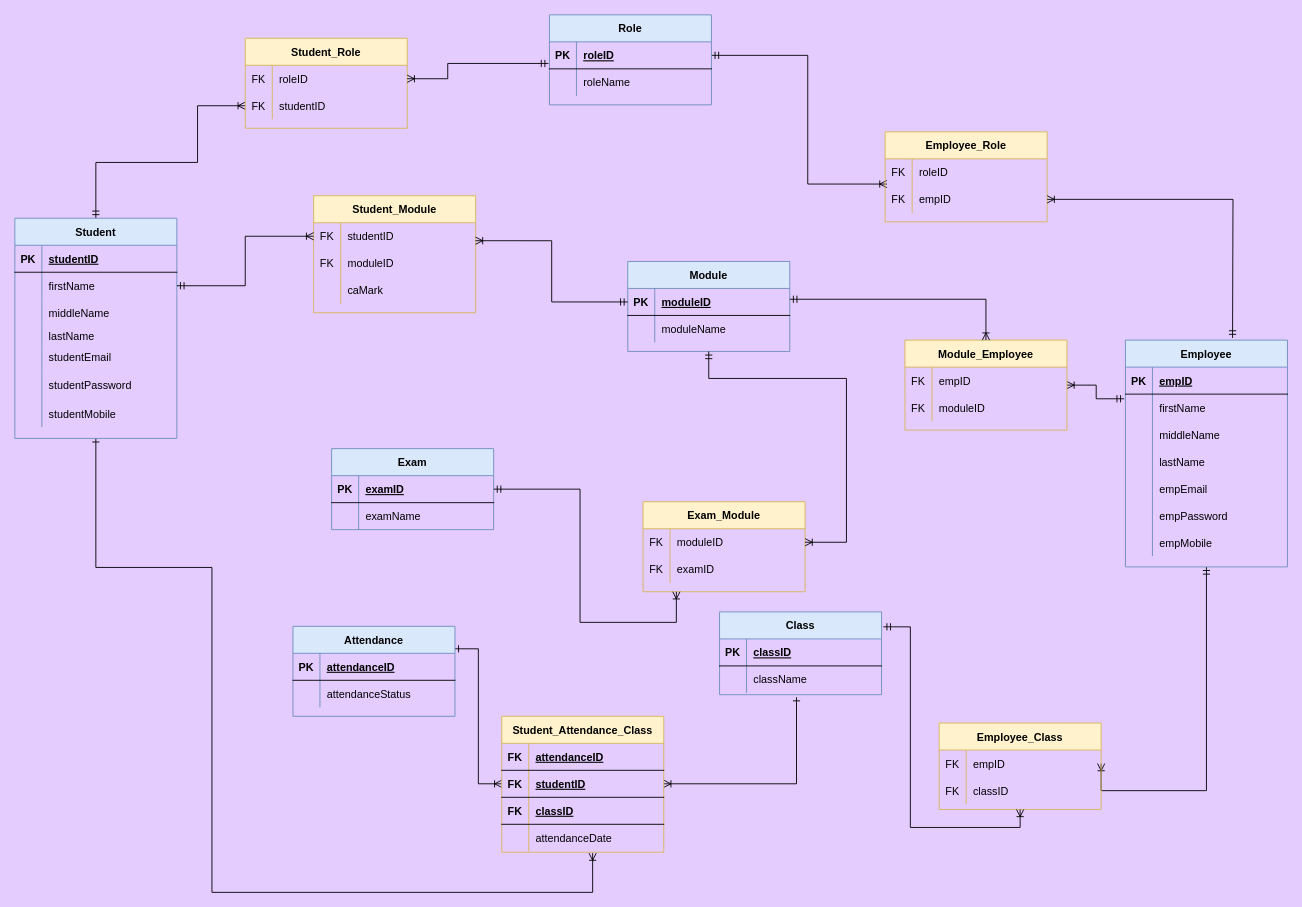
Earlier version of the draw.io diagram page "Logical Revised" (2 of 5) of ER diagram/Attendance-database.drawio (rhapsodic-numrod/Attendance-App-DPG). Source tidied: cells renumbered, new cells numbered last; positions are measured from the earlier drawing's top-left corner, leaving out a move shared by most shapes. Both pictures are drawn from the tidied source at 90%, with x=0, y=0 at pixel (14, 14).
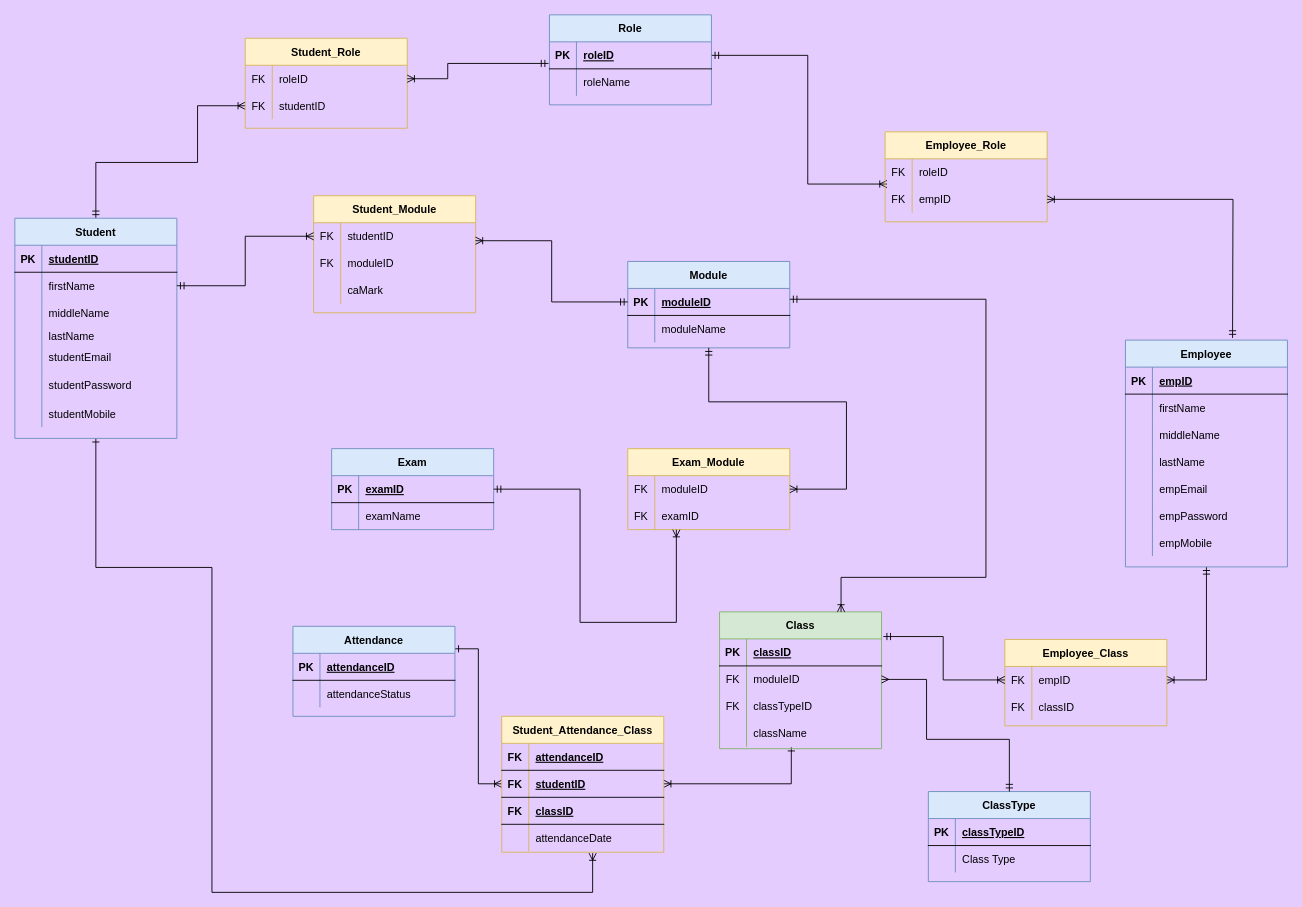
Above is the later version.

Commit message:
Removed Employee-admin table and added Class Type table

Unchanged cells that the change refers to:
```xml
<mxCell id="32" value="Employee" style="shape=table;startSize=30;childLayout=tableLayout;rowLines=0;fontStyle=1;align=center;fillColor=#dae8fc;strokeColor=#6c8ebf;" parent="1" vertex="1">
  <mxGeometry x="1234" y="361.4" width="180" height="252" as="geometry" />
</mxCell>
<mxCell id="36" style="shape=partialRectangle;fillColor=none;top=0;left=0;bottom=0;right=0;points=[[0,0.5],[1,0.5]];portConstraint=eastwest;" parent="32" vertex="1">
  <mxGeometry y="60" width="180" height="30" as="geometry" />
</mxCell>
<mxCell id="76" style="shape=partialRectangle;fillColor=none;top=0;left=0;bottom=1;right=0;points=[[0,0.5],[1,0.5]];portConstraint=eastwest;" parent="75" vertex="1">
  <mxGeometry y="30" width="180" height="30" as="geometry" />
</mxCell>
<mxCell id="86" style="shape=partialRectangle;fillColor=none;top=0;left=0;bottom=1;right=0;points=[[0,0.5],[1,0.5]];portConstraint=eastwest;" parent="82" vertex="1">
  <mxGeometry y="60" width="180" height="30" as="geometry" />
</mxCell>
<mxCell id="96" style="shape=partialRectangle;fillColor=none;top=0;left=0;bottom=0;right=0;points=[[0,0.5],[1,0.5]];portConstraint=eastwest;" parent="95" vertex="1">
  <mxGeometry y="30" width="180" height="30" as="geometry" />
</mxCell>
<mxCell id="112" style="shape=partialRectangle;fillColor=none;top=0;left=0;bottom=0;right=0;points=[[0,0.5],[1,0.5]];portConstraint=eastwest;" parent="111" vertex="1">
  <mxGeometry y="30" width="180" height="30" as="geometry" />
</mxCell>
<mxCell id="115" style="shape=partialRectangle;fillColor=none;top=0;left=0;bottom=0;right=0;points=[[0,0.5],[1,0.5]];portConstraint=eastwest;" parent="111" vertex="1">
  <mxGeometry y="60" width="180" height="30" as="geometry" />
</mxCell>
```

Change to the diagram source:
```diff
@@
     <mxCell id="3" style="edgeStyle=orthogonalEdgeStyle;rounded=0;jettySize=auto;html=1;endArrow=ERmandOne;endFill=0;entryX=0.5;entryY=1;entryDx=0;entryDy=0;startArrow=ERoneToMany;startFill=0;exitX=1;exitY=0.5;exitDx=0;exitDy=0;" parent="1" edge="1" source="96" target="32">
       <mxGeometry relative="1" as="geometry">
         <Array as="points">
-          <mxPoint x="1324" y="862" />
+          <mxPoint x="1324" y="739" />
         </Array>
       </mxGeometry>
     </mxCell>
@@
-    <mxCell id="5" style="edgeStyle=orthogonalEdgeStyle;rounded=0;jettySize=auto;html=1;exitX=1;exitY=0.5;exitDx=0;exitDy=0;endArrow=ERone;endFill=0;entryX=0.475;entryY=1.161;entryDx=0;entryDy=0;entryPerimeter=0;startArrow=ERoneToMany;startFill=0;" parent="1" edge="1" source="86" target="72">
+    <mxCell id="5" style="edgeStyle=orthogonalEdgeStyle;rounded=0;jettySize=auto;html=1;exitX=1;exitY=0.5;exitDx=0;exitDy=0;endArrow=ERone;endFill=0;entryX=0.443;entryY=1.016;entryDx=0;entryDy=0;entryPerimeter=0;startArrow=ERoneToMany;startFill=0;" parent="1" edge="1" source="86" target="72">
       <mxGeometry relative="1" as="geometry">
         <Array as="points">
-          <mxPoint x="869" y="854" />
-          <mxPoint x="869" y="758" />
+          <mxPoint x="863" y="854" />
         </Array>
       </mxGeometry>
     </mxCell>
-    <mxCell id="6" style="rounded=0;jettySize=auto;html=1;exitX=1;exitY=0.5;exitDx=0;exitDy=0;endArrow=ERmandOne;endFill=0;startArrow=ERoneToMany;startFill=0;edgeStyle=orthogonalEdgeStyle;entryX=-0.008;entryY=0.173;entryDx=0;entryDy=0;entryPerimeter=0;" parent="1" edge="1" source="103" target="36">
-      <mxGeometry relative="1" as="geometry" />
-    </mxCell>
@@
     <mxCell id="54" value="Module" style="shape=table;startSize=30;childLayout=tableLayout;rowLines=0;fontStyle=1;align=center;fillColor=#dae8fc;strokeColor=#6c8ebf;" parent="1" vertex="1">
-      <mxGeometry x="681" y="274" width="180" height="100" as="geometry" />
+      <mxGeometry x="681" y="274" width="180" height="96" as="geometry" />
     </mxCell>
@@
-    <mxCell id="68" value="Class" style="shape=table;startSize=30;childLayout=tableLayout;rowLines=0;fontStyle=1;align=center;fillColor=#dae8fc;strokeColor=#6c8ebf;" parent="1" vertex="1">
-      <mxGeometry x="783" y="663.4" width="180" height="92" as="geometry" />
+    <mxCell id="68" value="Class" style="shape=table;startSize=30;childLayout=tableLayout;rowLines=0;fontStyle=1;align=center;fillColor=#d5e8d4;strokeColor=#82b366;" parent="1" vertex="1">
+      <mxGeometry x="783" y="663.4" width="180" height="152" as="geometry" />
     </mxCell>
@@
+    <mxCell id="155" style="shape=partialRectangle;fillColor=none;top=0;left=0;bottom=0;right=0;points=[[0,0.5],[1,0.5]];portConstraint=eastwest;" parent="68" vertex="1">
+      <mxGeometry y="60" width="180" height="30" as="geometry" />
+    </mxCell>
+    <mxCell id="156" value="FK" style="shape=partialRectangle;fillColor=none;top=0;left=0;bottom=0;right=0;fontStyle=0;overflow=hidden;" parent="155" vertex="1">
+      <mxGeometry width="30" height="30" as="geometry" />
+    </mxCell>
+    <mxCell id="109" value="moduleID" style="shape=partialRectangle;fillColor=none;top=0;left=0;bottom=0;right=0;align=left;spacingLeft=6;fontStyle=0;overflow=hidden;" parent="155" vertex="1">
+      <mxGeometry x="30" width="150" height="30" as="geometry" />
+    </mxCell>
+    <mxCell id="157" style="shape=partialRectangle;fillColor=none;top=0;left=0;bottom=0;right=0;" parent="68" vertex="1">
+      <mxGeometry y="90" width="180" height="30" as="geometry" />
+    </mxCell>
+    <mxCell id="158" value="FK" style="shape=partialRectangle;fillColor=none;top=0;left=0;bottom=0;right=0;fontStyle=0;overflow=hidden;" parent="157" vertex="1">
+      <mxGeometry width="30" height="30" as="geometry" />
+    </mxCell>
+    <mxCell id="159" value="classTypeID" style="shape=partialRectangle;fillColor=none;top=0;left=0;bottom=0;right=0;align=left;spacingLeft=6;fontStyle=0;overflow=hidden;" parent="157" vertex="1">
+      <mxGeometry x="30" width="150" height="30" as="geometry" />
+    </mxCell>
     <mxCell id="72" style="shape=partialRectangle;fillColor=none;top=0;left=0;bottom=0;right=0;points=[[0,0.5],[1,0.5]];portConstraint=eastwest;" parent="68" vertex="1">
-      <mxGeometry y="60" width="180" height="30" as="geometry" />
+      <mxGeometry y="120" width="180" height="30" as="geometry" />
     </mxCell>
@@
     <mxCell id="95" value="Employee_Class" style="shape=table;startSize=30;childLayout=tableLayout;rowLines=0;fontStyle=1;align=center;fillColor=#fff2cc;strokeColor=#d6b656;" parent="1" vertex="1">
-      <mxGeometry x="1027" y="786.9" width="180" height="96" as="geometry" />
+      <mxGeometry x="1100" y="694" width="180" height="96" as="geometry" />
     </mxCell>
@@
-    <mxCell id="102" style="edgeStyle=orthogonalEdgeStyle;rounded=0;jettySize=auto;html=1;endArrow=ERoneToMany;endFill=0;entryX=0.5;entryY=1;entryDx=0;entryDy=0;exitX=1.011;exitY=0.18;exitDx=0;exitDy=0;startArrow=ERmandOne;startFill=0;exitPerimeter=0;" parent="1" edge="1" source="68" target="95">
+    <mxCell id="102" style="edgeStyle=orthogonalEdgeStyle;rounded=0;jettySize=auto;html=1;endArrow=ERoneToMany;endFill=0;entryX=0;entryY=0.5;entryDx=0;entryDy=0;exitX=1.011;exitY=0.18;exitDx=0;exitDy=0;startArrow=ERmandOne;startFill=0;exitPerimeter=0;" parent="1" edge="1" source="68" target="96">
       <mxGeometry relative="1" as="geometry" />
     </mxCell>
-    <mxCell id="103" value="Module_Employee" style="shape=table;startSize=30;childLayout=tableLayout;rowLines=0;fontStyle=1;align=center;fillColor=#fff2cc;strokeColor=#d6b656;" parent="1" vertex="1">
-      <mxGeometry x="989" y="361.4" width="180" height="100" as="geometry" />
-    </mxCell>
-    <mxCell id="104" style="shape=partialRectangle;fillColor=none;top=0;left=0;bottom=0;right=0;" parent="103" vertex="1">
-      <mxGeometry y="30" width="180" height="30" as="geometry" />
-    </mxCell>
-    <mxCell id="105" value="FK" style="shape=partialRectangle;fillColor=none;top=0;left=0;bottom=0;right=0;fontStyle=0;overflow=hidden;" parent="104" vertex="1">
-      <mxGeometry width="30" height="30" as="geometry" />
-    </mxCell>
-    <mxCell id="106" value="empID" style="shape=partialRectangle;fillColor=none;top=0;left=0;bottom=0;right=0;align=left;spacingLeft=6;fontStyle=0;overflow=hidden;" parent="104" vertex="1">
-      <mxGeometry x="30" width="150" height="30" as="geometry" />
-    </mxCell>
-    <mxCell id="107" style="shape=partialRectangle;fillColor=none;top=0;left=0;bottom=0;right=0;" parent="103" vertex="1">
-      <mxGeometry y="60" width="180" height="30" as="geometry" />
-    </mxCell>
-    <mxCell id="108" value="FK" style="shape=partialRectangle;fillColor=none;top=0;left=0;bottom=0;right=0;fontStyle=0;overflow=hidden;" parent="107" vertex="1">
-      <mxGeometry width="30" height="30" as="geometry" />
-    </mxCell>
-    <mxCell id="109" value="moduleID" style="shape=partialRectangle;fillColor=none;top=0;left=0;bottom=0;right=0;align=left;spacingLeft=6;fontStyle=0;overflow=hidden;" parent="107" vertex="1">
-      <mxGeometry x="30" width="150" height="30" as="geometry" />
-    </mxCell>
-    <mxCell id="110" style="rounded=0;jettySize=auto;html=1;endArrow=ERoneToMany;endFill=0;startArrow=ERmandOne;startFill=0;edgeStyle=orthogonalEdgeStyle;entryX=0.5;entryY=0;entryDx=0;entryDy=0;" parent="1" edge="1" target="103">
+    <mxCell id="110" style="rounded=0;jettySize=auto;html=1;endArrow=ERoneToMany;endFill=0;startArrow=ERmandOne;startFill=0;edgeStyle=orthogonalEdgeStyle;entryX=0.75;entryY=0;entryDx=0;entryDy=0;" parent="1" edge="1" target="68">
       <mxGeometry relative="1" as="geometry">
         <mxPoint x="861" y="316" as="sourcePoint" />
         <Array as="points">
-          <mxPoint x="861" y="316" />
           <mxPoint x="1079" y="316" />
+          <mxPoint x="1079" y="625" />
+          <mxPoint x="918" y="625" />
         </Array>
       </mxGeometry>
     </mxCell>
     <mxCell id="111" value="Exam_Module" style="shape=table;startSize=30;childLayout=tableLayout;rowLines=0;fontStyle=1;align=center;fillColor=#fff2cc;strokeColor=#d6b656;" parent="1" vertex="1">
-      <mxGeometry x="698" y="541" width="180" height="100" as="geometry" />
+      <mxGeometry x="681" y="482" width="180" height="90" as="geometry" />
     </mxCell>
@@
     <mxCell id="118" style="rounded=0;jettySize=auto;html=1;endArrow=ERoneToMany;endFill=0;startArrow=ERmandOne;startFill=0;edgeStyle=orthogonalEdgeStyle;entryX=1;entryY=0.5;entryDx=0;entryDy=0;exitX=0.5;exitY=1;exitDx=0;exitDy=0;" parent="1" edge="1" source="54" target="112">
       <mxGeometry relative="1" as="geometry">
         <Array as="points">
-          <mxPoint x="771" y="404" />
-          <mxPoint x="924" y="404" />
-          <mxPoint x="924" y="586" />
+          <mxPoint x="771" y="430" />
+          <mxPoint x="924" y="430" />
+          <mxPoint x="924" y="527" />
         </Array>
       </mxGeometry>
     </mxCell>
-    <mxCell id="119" style="rounded=0;jettySize=auto;html=1;endArrow=ERoneToMany;endFill=0;startArrow=ERmandOne;startFill=0;edgeStyle=orthogonalEdgeStyle;exitX=1;exitY=0.5;exitDx=0;exitDy=0;" parent="1" edge="1" source="76">
+    <mxCell id="119" style="rounded=0;jettySize=auto;html=1;endArrow=ERoneToMany;endFill=0;startArrow=ERmandOne;startFill=0;edgeStyle=orthogonalEdgeStyle;exitX=1;exitY=0.5;exitDx=0;exitDy=0;" parent="1" edge="1" source="76" target="115">
       <mxGeometry relative="1" as="geometry">
-        <mxPoint x="735" y="641" as="targetPoint" />
         <Array as="points">
           <mxPoint x="628" y="527" />
           <mxPoint x="628" y="675" />
           <mxPoint x="735" y="675" />
         </Array>
       </mxGeometry>
     </mxCell>
@@
+    <mxCell id="160" value="ClassType" style="shape=table;startSize=30;childLayout=tableLayout;rowLines=0;fontStyle=1;align=center;fillColor=#dae8fc;strokeColor=#6c8ebf;" parent="1" vertex="1">
+      <mxGeometry x="1015" y="863" width="180" height="100.1" as="geometry" />
+    </mxCell>
+    <mxCell id="161" style="shape=partialRectangle;fillColor=none;top=0;left=0;bottom=1;right=0;" parent="160" vertex="1">
+      <mxGeometry y="30" width="180" height="30" as="geometry" />
+    </mxCell>
+    <mxCell id="162" value="PK" style="shape=partialRectangle;fillColor=none;top=0;left=0;bottom=0;right=0;fontStyle=1;overflow=hidden;" parent="161" vertex="1">
+      <mxGeometry width="30" height="30" as="geometry" />
+    </mxCell>
+    <mxCell id="163" value="classTypeID" style="shape=partialRectangle;fillColor=none;top=0;left=0;bottom=0;right=0;align=left;spacingLeft=6;fontStyle=5;overflow=hidden;" parent="161" vertex="1">
+      <mxGeometry x="30" width="150" height="30" as="geometry" />
+    </mxCell>
+    <mxCell id="164" style="shape=partialRectangle;fillColor=none;top=0;left=0;bottom=0;right=0;" parent="160" vertex="1">
+      <mxGeometry y="60" width="180" height="30" as="geometry" />
+    </mxCell>
+    <mxCell id="165" style="shape=partialRectangle;fillColor=none;top=0;left=0;bottom=0;right=0;overflow=hidden;" parent="164" vertex="1">
+      <mxGeometry width="30" height="30" as="geometry" />
+    </mxCell>
+    <mxCell id="166" value="Class Type" style="shape=partialRectangle;fillColor=none;top=0;left=0;bottom=0;right=0;align=left;spacingLeft=6;overflow=hidden;" parent="164" vertex="1">
+      <mxGeometry x="30" width="150" height="30" as="geometry" />
+    </mxCell>
+    <mxCell id="167" style="edgeStyle=orthogonalEdgeStyle;rounded=0;jettySize=auto;html=1;exitX=1;exitY=0.5;exitDx=0;exitDy=0;endArrow=ERmandOne;endFill=0;startArrow=ERmany;startFill=0;" parent="1" edge="1" source="155" target="160">
+      <mxGeometry relative="1" as="geometry">
+        <Array as="points">
+          <mxPoint x="1013" y="738" />
+          <mxPoint x="1013" y="805" />
+          <mxPoint x="1105" y="805" />
+        </Array>
+      </mxGeometry>
+    </mxCell>
```
